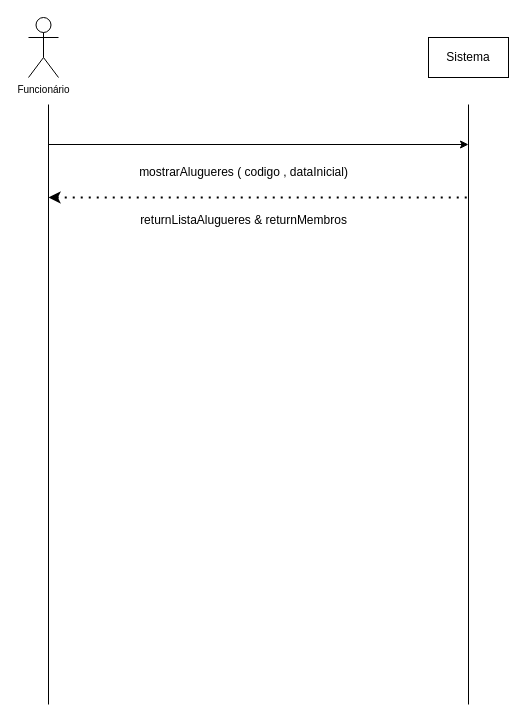
The draw.io diagram ssd5.drawio in luccamarshall/DCO, before the edit. Source tidied: cells renumbered, new cells numbered last; positions are measured from the earlier drawing's top-left corner, leaving out a move shared by most shapes. Both pictures are drawn from the tidied source at 100%, with x=0, y=0 at pixel (28, 17).
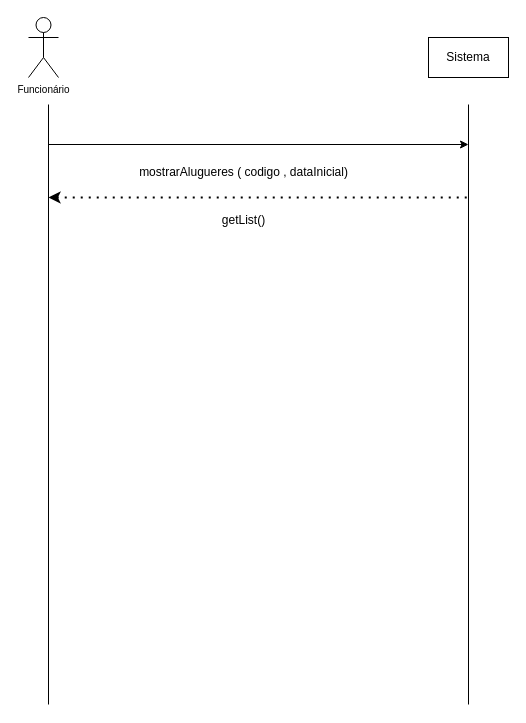
After the change.

What changed in the source:
```diff
@@
 <mxGraphModel>
   <root>
     <mxCell id="0" />
     <mxCell id="1" parent="0" />
     <mxCell id="2" value="&lt;sup&gt;Funcionário&lt;/sup&gt;" style="shape=umlActor;verticalLabelPosition=bottom;verticalAlign=top;html=1;" parent="1" vertex="1">
       <mxGeometry width="30" height="60" as="geometry" />
     </mxCell>
     <mxCell id="3" style="endArrow=none;html=1;rounded=0;" parent="1" edge="1">
       <mxGeometry relative="1" as="geometry">
         <mxPoint x="20" y="687" as="sourcePoint" />
         <mxPoint x="20" y="87" as="targetPoint" />
       </mxGeometry>
     </mxCell>
     <mxCell id="4" style="endArrow=classic;html=1;rounded=0;" parent="1" edge="1">
       <mxGeometry relative="1" as="geometry">
         <mxPoint x="20" y="127" as="sourcePoint" />
         <mxPoint x="440" y="127" as="targetPoint" />
       </mxGeometry>
     </mxCell>
     <mxCell id="5" style="endArrow=none;html=1;rounded=0;" parent="1" edge="1">
       <mxGeometry relative="1" as="geometry">
         <mxPoint x="440" y="687" as="sourcePoint" />
         <mxPoint x="440" y="87" as="targetPoint" />
       </mxGeometry>
     </mxCell>
     <mxCell id="6" value="mostrarAlugueres ( codigo , dataInicial)" style="text;html=1;align=center;verticalAlign=middle;strokeColor=none;fillColor=none;" parent="1" vertex="1">
       <mxGeometry x="100" y="140" width="230" height="30" as="geometry" />
     </mxCell>
     <mxCell id="7" style="endArrow=none;dashed=1;html=1;dashPattern=1 3;strokeWidth=2;rounded=0;startArrow=classic;startFill=1;" parent="1" edge="1">
       <mxGeometry relative="1" as="geometry">
         <mxPoint x="20" y="180" as="sourcePoint" />
         <mxPoint x="440" y="180" as="targetPoint" />
       </mxGeometry>
     </mxCell>
-    <mxCell id="8" value="returnListaAlugueres &amp;amp; returnMembros" style="text;html=1;align=center;verticalAlign=middle;strokeColor=none;fillColor=none;" parent="1" vertex="1">
-      <mxGeometry x="100" y="188" width="230" height="30" as="geometry" />
+    <mxCell id="8" value="getList()" style="text;html=1;align=center;verticalAlign=middle;strokeColor=none;fillColor=none;" parent="1" vertex="1">
+      <mxGeometry x="180" y="188" width="70" height="30" as="geometry" />
     </mxCell>
     <mxCell id="9" value="Sistema" style="rounded=0;whiteSpace=wrap;html=1;" parent="1" vertex="1">
       <mxGeometry x="400" y="20" width="80" height="40" as="geometry" />
     </mxCell>
   </root>
 </mxGraphModel>
```
